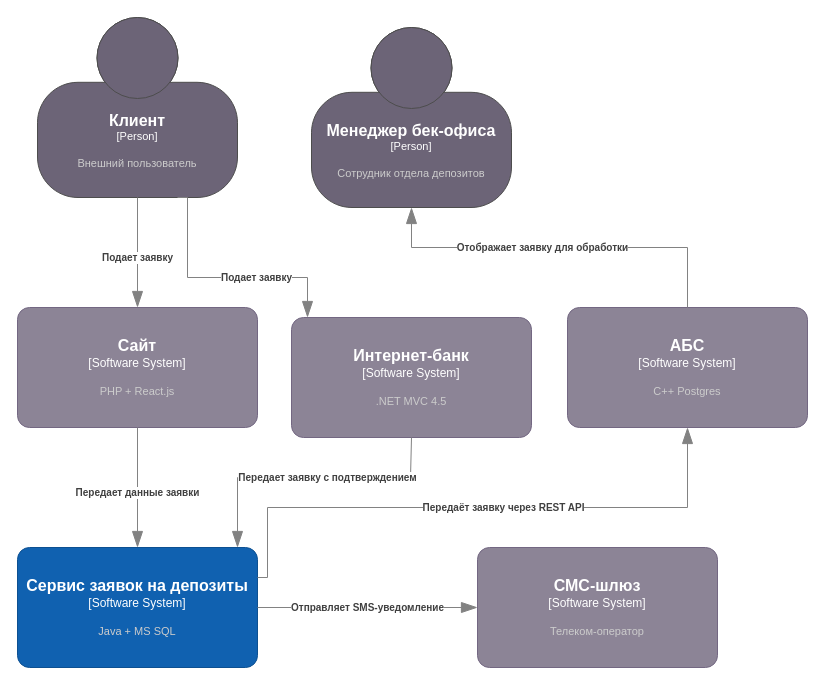
honeypot9/architecture-pro-standart keeps this draw.io diagram as Task3/task_3_context_diagram.drawio. Above is the earlier version. Source tidied: cells renumbered, new cells numbered last; positions are measured from the earlier drawing's top-left corner, leaving out a move shared by most shapes. Both pictures are drawn from the tidied source at 100%, with x=0, y=0 at pixel (17, 17).
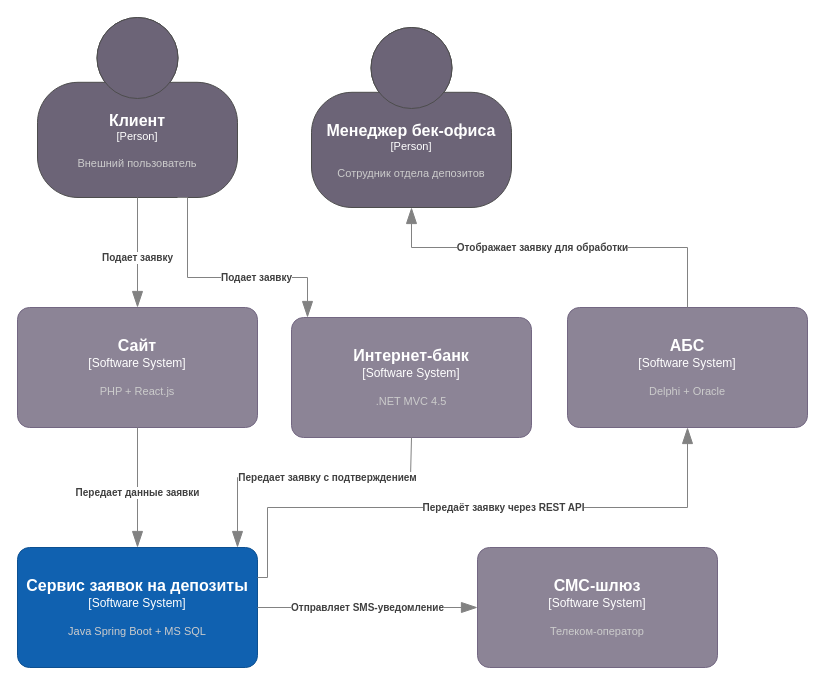
The same page after the edit.

Commit message (it also covers changes not shown here):
Задание 3. Открытие депозитов онлайн. Правка диаграмм.

The edit, as a diff of the source:
```diff
@@
-    <object id="5" label="&lt;font style=&quot;font-size: 16px&quot;&gt;&lt;b&gt;%c4Name%&lt;/b&gt;&lt;/font&gt;&lt;div&gt;[%c4Type%]&lt;/div&gt;&lt;br&gt;&lt;div&gt;&lt;font style=&quot;font-size: 11px&quot;&gt;&lt;font color=&quot;#cccccc&quot;&gt;%c4Description%&lt;/font&gt;&lt;/div&gt;" c4Description="С++ Postgres" c4Name="АБС" c4Type="Software System" placeholders="1">
+    <object id="5" label="&lt;font style=&quot;font-size: 16px&quot;&gt;&lt;b&gt;%c4Name%&lt;/b&gt;&lt;/font&gt;&lt;div&gt;[%c4Type%]&lt;/div&gt;&lt;br&gt;&lt;div&gt;&lt;font style=&quot;font-size: 11px&quot;&gt;&lt;font color=&quot;#cccccc&quot;&gt;%c4Description%&lt;/font&gt;&lt;/div&gt;" c4Description="Delphi + Oracle" c4Name="АБС" c4Type="Software System" placeholders="1">
       <mxCell style="rounded=1;whiteSpace=wrap;html=1;labelBackgroundColor=none;fillColor=#8C8496;fontColor=#ffffff;align=center;arcSize=10;strokeColor=#736782;points=[[0.25,0,0],[0.5,0,0],[0.75,0,0],[1,0.25,0],[1,0.5,0],[1,0.75,0],[0.75,1,0],[0.5,1,0],[0.25,1,0],[0,0.75,0],[0,0.5,0],[0,0.25,0]];" parent="1" vertex="1">
         <mxGeometry x="550" y="290" width="240" height="120" as="geometry" />
       </mxCell>
     </object>
@@
-    <object id="8" label="&lt;font style=&quot;font-size: 16px&quot;&gt;&lt;b&gt;%c4Name%&lt;/b&gt;&lt;/font&gt;&lt;div&gt;[%c4Type%]&lt;/div&gt;&lt;br&gt;&lt;div&gt;&lt;font style=&quot;font-size: 11px&quot;&gt;&lt;font color=&quot;#cccccc&quot;&gt;%c4Description%&lt;/font&gt;&lt;/div&gt;" c4Description="Java + MS SQL" c4Name="Сервис заявок на депозиты" c4Type="Software System" placeholders="1">
+    <object id="8" label="&lt;font style=&quot;font-size: 16px&quot;&gt;&lt;b&gt;%c4Name%&lt;/b&gt;&lt;/font&gt;&lt;div&gt;[%c4Type%]&lt;/div&gt;&lt;br&gt;&lt;div&gt;&lt;font style=&quot;font-size: 11px&quot;&gt;&lt;font color=&quot;#cccccc&quot;&gt;%c4Description%&lt;/font&gt;&lt;/div&gt;" c4Description="Java Spring Boot + MS SQL" c4Name="Сервис заявок на депозиты" c4Type="Software System" placeholders="1">
       <mxCell style="rounded=1;whiteSpace=wrap;html=1;labelBackgroundColor=none;fillColor=#1061B0;fontColor=#ffffff;align=center;arcSize=10;strokeColor=#0D5091;points=[[0.25,0,0],[0.5,0,0],[0.75,0,0],[1,0.25,0],[1,0.5,0],[1,0.75,0],[0.75,1,0],[0.5,1,0],[0.25,1,0],[0,0.75,0],[0,0.5,0],[0,0.25,0]];" parent="1" vertex="1">
         <mxGeometry y="530" width="240" height="120" as="geometry" />
       </mxCell>
     </object>
```
